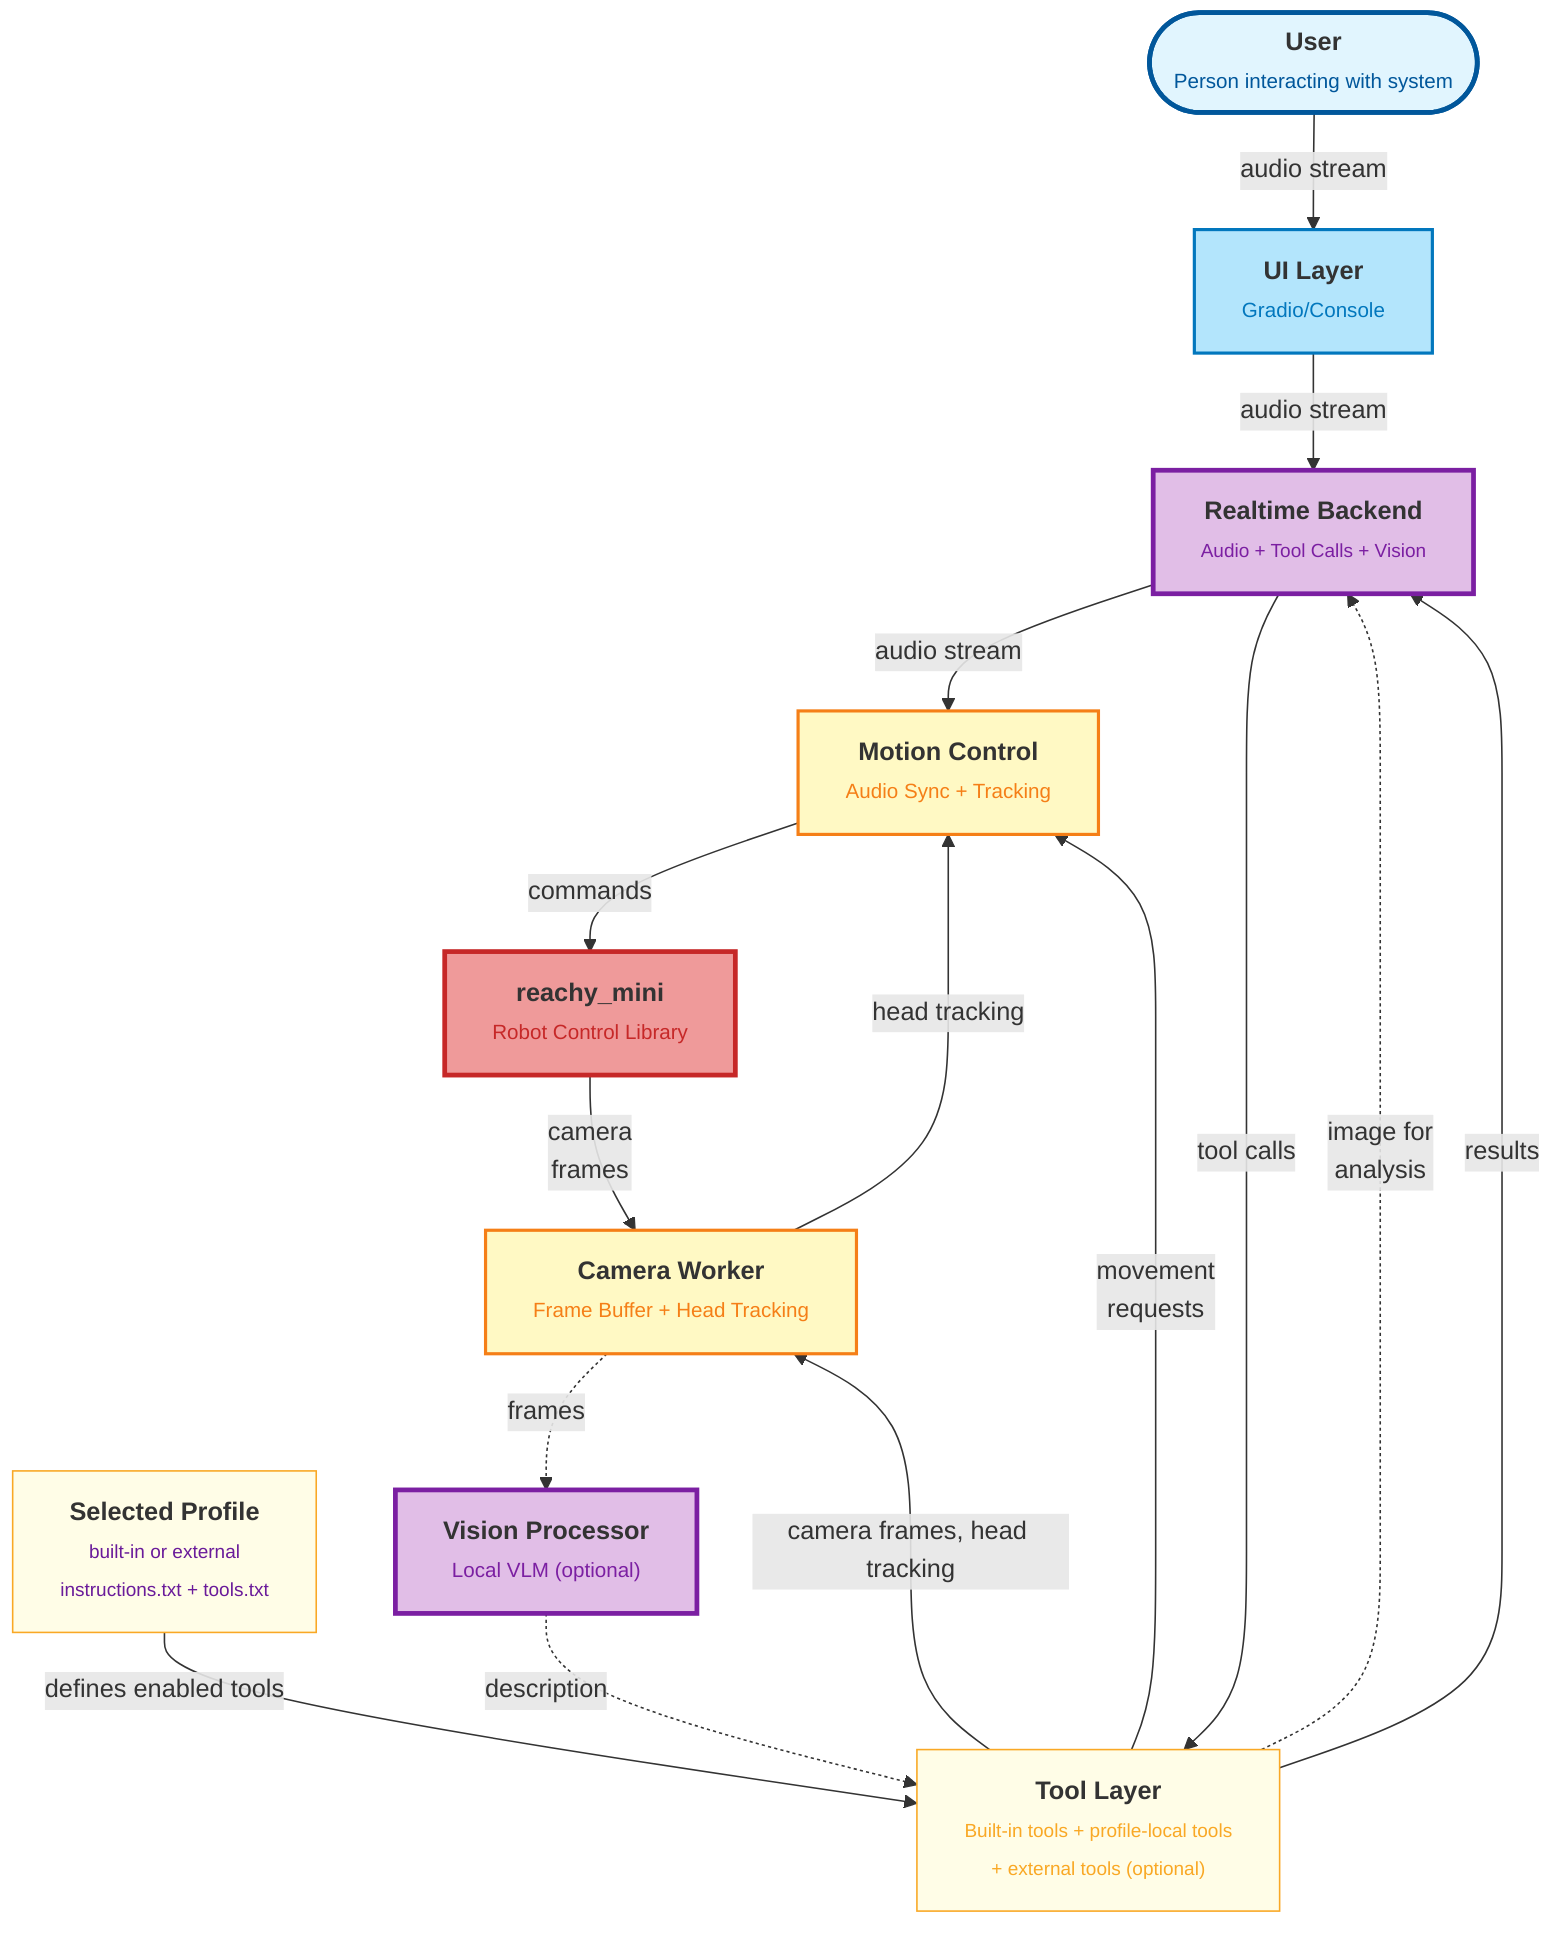
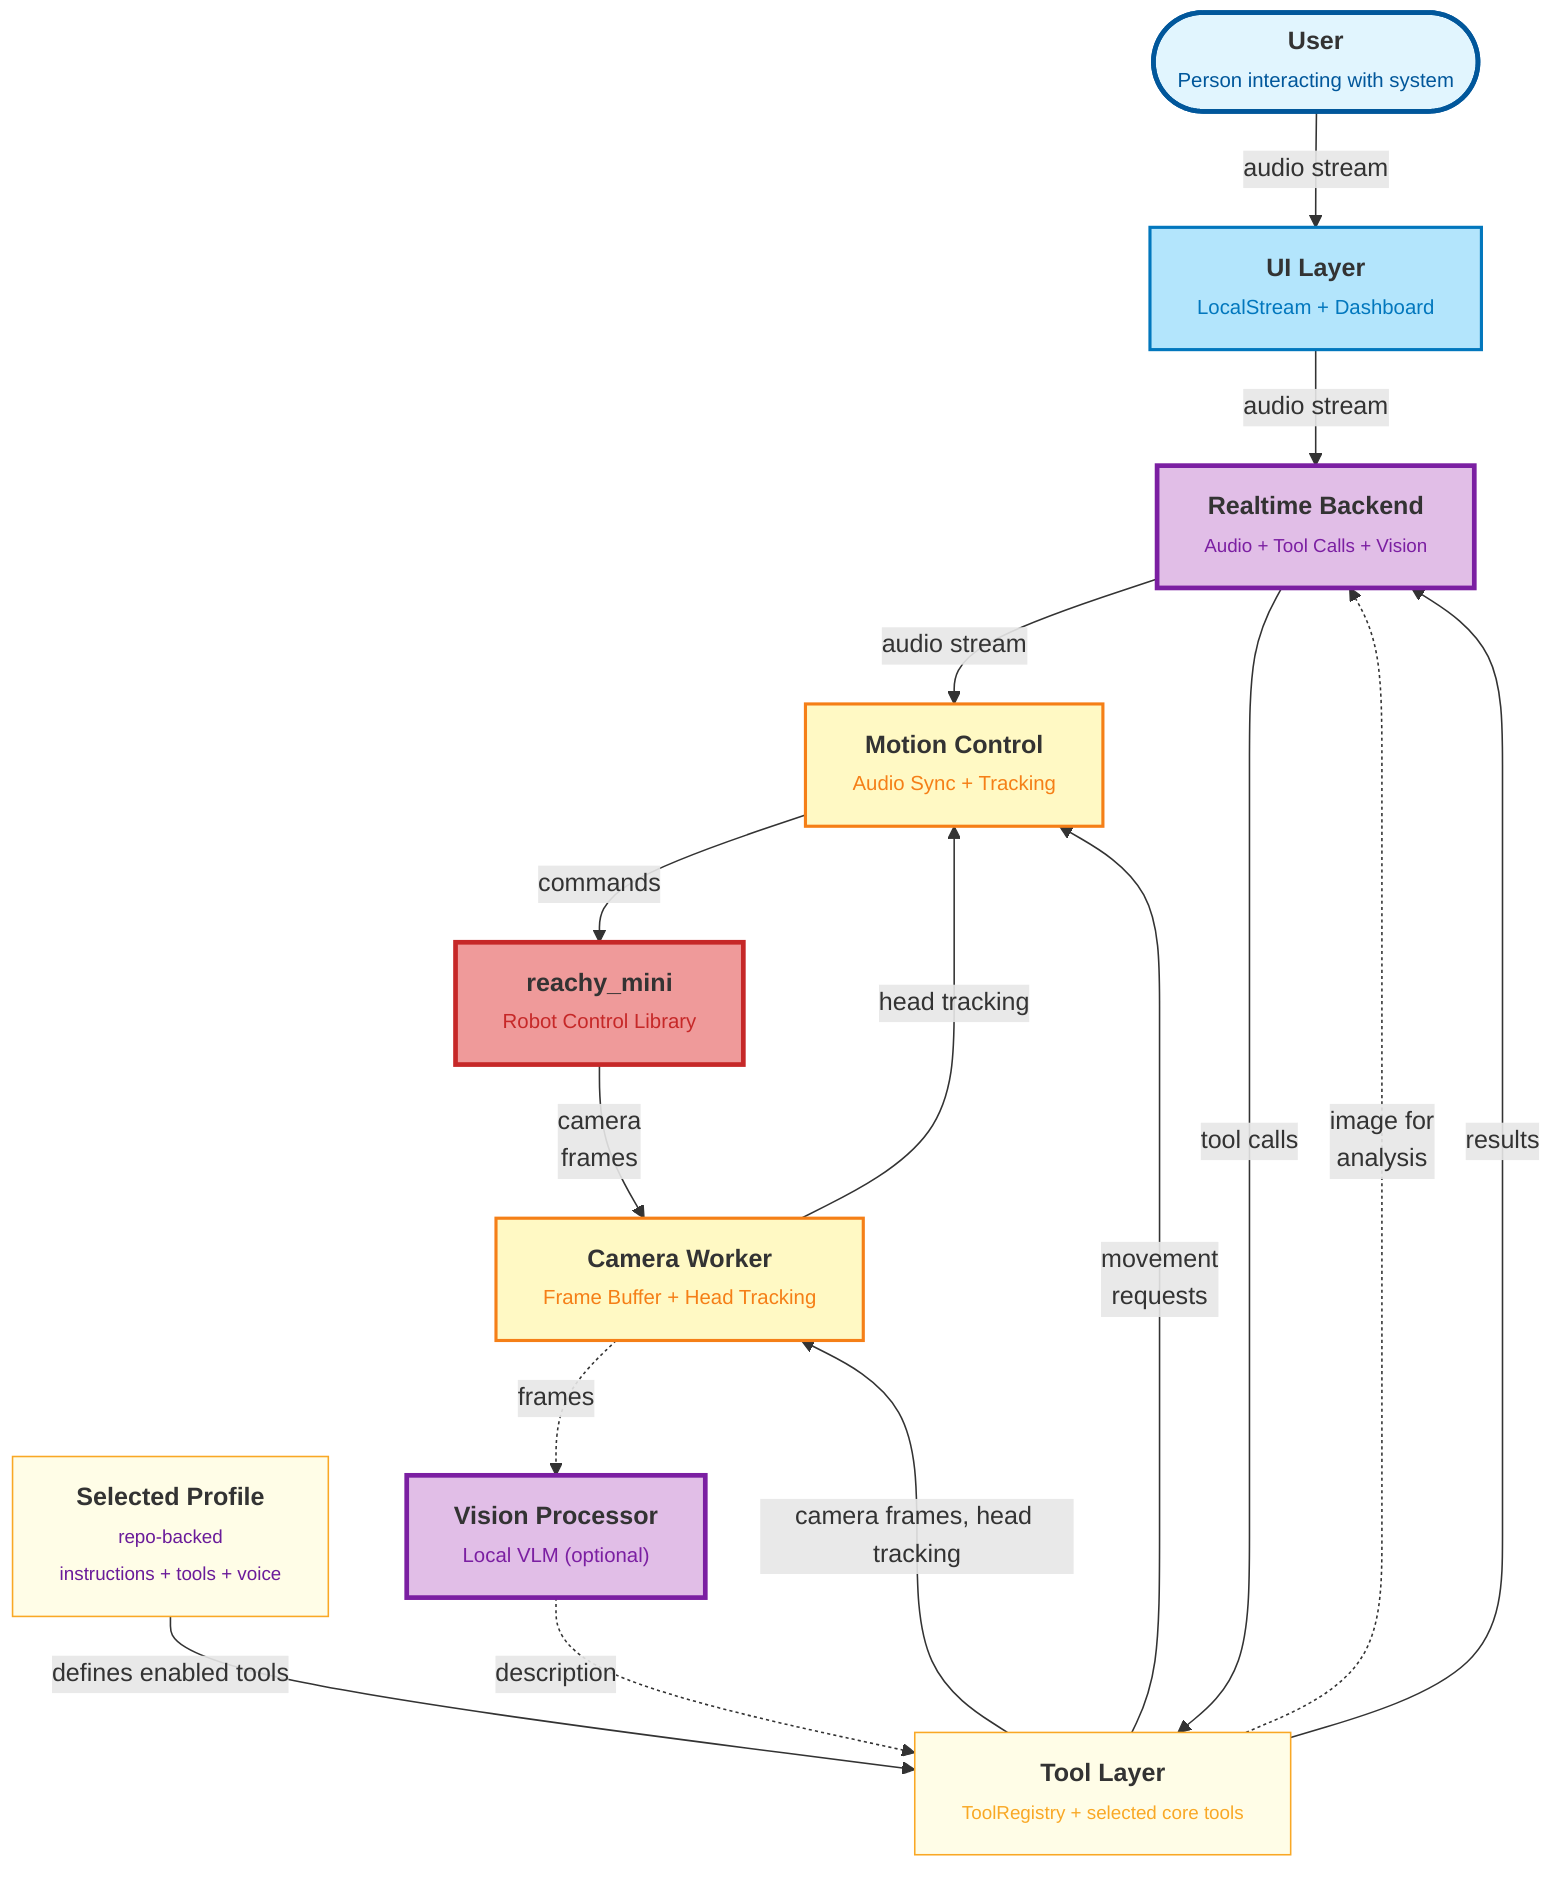
---
config:
  layout: dagre
  flowchart:
    htmlLabels: true
---
flowchart TB
    User(["<span style='font-size:16px;font-weight:bold;'>User</span><br><span style='font-size:13px;color:#01579b;'>Person interacting with system</span>"])
      -- audio stream -->
-     UI@{ label: "<span style='font-size:16px;font-weight:bold;'>UI Layer</span><br><span style='font-size:13px;color:#0277bd;'>Gradio/Console</span>" }
+     UI@{ label: "<span style='font-size:16px;font-weight:bold;'>UI Layer</span><br><span style='font-size:13px;color:#0277bd;'>LocalStream + Dashboard</span>" }

    UI -- audio stream -->
    Backend@{ label: "<span style='font-size:16px;font-weight:bold;'>Realtime Backend</span><br><span style='font-size:12px; color:#7b1fa2;'>Audio + Tool Calls + Vision</span>" }

    Backend -- audio stream -->
    Motion@{ label: "<span style='font-size:16px;font-weight:bold;'>Motion Control</span><br><span style='font-size:13px;color:#f57f17;'>Audio Sync + Tracking</span>" }

    Backend -- tool calls -->
-     Handlers@{ label: "<span style='font-size:16px;font-weight:bold;'>Tool Layer</span><br><span style='font-size:12px;color:#f9a825;'>Built-in tools + profile-local tools<br/>+ external tools (optional)</span>" }
+     Handlers@{ label: "<span style='font-size:16px;font-weight:bold;'>Tool Layer</span><br><span style='font-size:12px;color:#f9a825;'>ToolRegistry + selected core tools</span>" }

-     Profiles@{ label: "<span style='font-size:16px;font-weight:bold;'>Selected Profile</span><br><span style='font-size:12px;color:#6a1b9a;'>built-in or external<br/>instructions.txt + tools.txt</span>" }
+     Profiles@{ label: "<span style='font-size:16px;font-weight:bold;'>Selected Profile</span><br><span style='font-size:12px;color:#6a1b9a;'>repo-backed<br/>instructions + tools + voice</span>" }

    Profiles -- defines enabled tools --> Handlers

    Handlers -- movement
    requests --> Motion

    Handlers -- camera frames, head tracking -->
    Camera@{ label: "<span style='font-size:16px;font-weight:bold;'>Camera Worker</span><br><span style='font-size:13px;color:#f57f17;'>Frame Buffer + Head Tracking</span>" }

    Handlers -. image for
    analysis .-> Backend

    Camera -- head tracking --> Motion

    Camera -. frames .->
    Vision@{ label: "<span style='font-size:16px;font-weight:bold;'>Vision Processor</span><br><span style='font-size:13px;color:#7b1fa2;'>Local VLM (optional)</span>" }

    Vision -. description .-> Handlers

    Robot@{ label: "<span style='font-size:16px;font-weight:bold;'>reachy_mini</span><br><span style='font-size:13px;color:#c62828;'>Robot Control Library</span>" }
    -- camera
    frames --> Camera

    Motion -- commands --> Robot

    Handlers -- results --> Backend

     User:::userStyle
     UI:::uiStyle
     Backend:::aiStyle
     Motion:::coreStyle
     Profiles:::toolStyle
     Handlers:::toolStyle
     Camera:::coreStyle
     Vision:::aiStyle
     Robot:::hardwareStyle
    classDef userStyle fill:#e1f5fe,stroke:#01579b,stroke-width:3px
    classDef uiStyle fill:#b3e5fc,stroke:#0277bd,stroke-width:2px
    classDef aiStyle fill:#e1bee7,stroke:#7b1fa2,stroke-width:3px
    classDef coreStyle fill:#fff9c4,stroke:#f57f17,stroke-width:2px
    classDef hardwareStyle fill:#ef9a9a,stroke:#c62828,stroke-width:3px
    classDef toolStyle fill:#fffde7,stroke:#f9a825,stroke-width:1px
